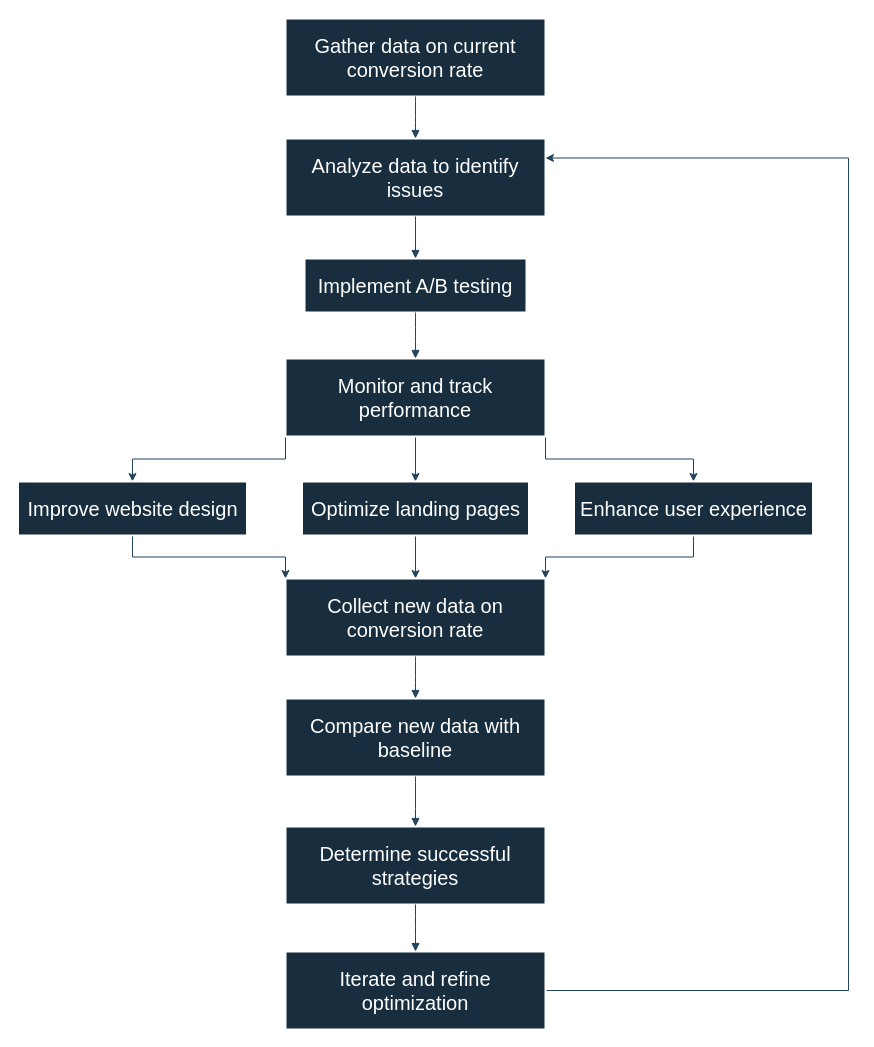
Earlier version of the draw.io diagram Untitled Diagram.drawio (IZeMgg/wincro). Source tidied: cells renumbered, new cells numbered last; positions are measured from the earlier drawing's top-left corner, leaving out a move shared by most shapes. Both pictures are drawn from the tidied source at 100%, with x=0, y=0 at pixel (18, 18).
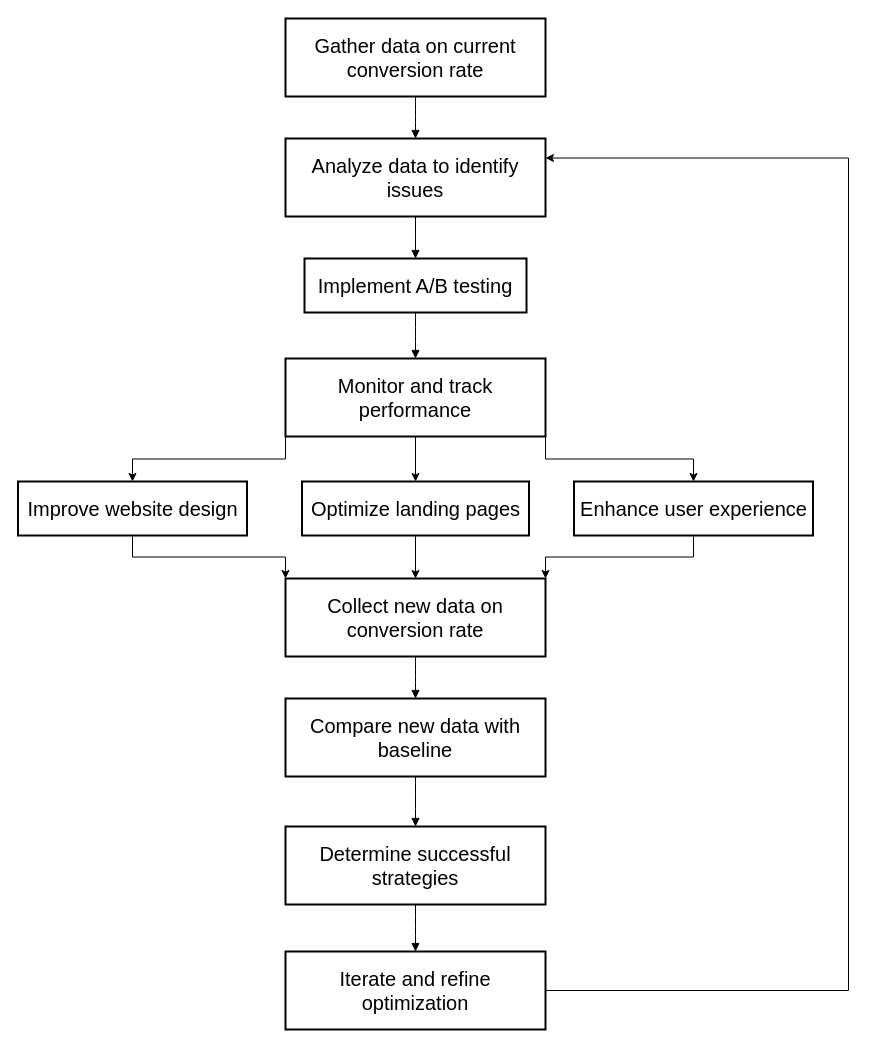
Above is the later version.

What changed in the source:
```diff
@@
-    <mxCell id="2" value="Gather data on current conversion rate" style="whiteSpace=wrap;strokeWidth=2;labelBackgroundColor=none;fontSize=20;fillColor=#182E3E;strokeColor=#FFFFFF;fontColor=#FFFFFF;" parent="1" vertex="1">
+    <mxCell id="2" value="Gather data on current conversion rate" style="whiteSpace=wrap;strokeWidth=2;labelBackgroundColor=none;fontSize=20;" parent="1" vertex="1">
       <mxGeometry x="267" width="260" height="78" as="geometry" />
     </mxCell>
-    <mxCell id="3" value="Analyze data to identify issues" style="whiteSpace=wrap;strokeWidth=2;labelBackgroundColor=none;fontSize=20;fillColor=#182E3E;strokeColor=#FFFFFF;fontColor=#FFFFFF;" parent="1" vertex="1">
+    <mxCell id="3" value="Analyze data to identify issues" style="whiteSpace=wrap;strokeWidth=2;labelBackgroundColor=none;fontSize=20;" parent="1" vertex="1">
       <mxGeometry x="267" y="120" width="260" height="78" as="geometry" />
     </mxCell>
-    <mxCell id="4" value="Implement A/B testing" style="whiteSpace=wrap;strokeWidth=2;labelBackgroundColor=none;fontSize=20;fillColor=#182E3E;strokeColor=#FFFFFF;fontColor=#FFFFFF;" parent="1" vertex="1">
+    <mxCell id="4" value="Implement A/B testing" style="whiteSpace=wrap;strokeWidth=2;labelBackgroundColor=none;fontSize=20;" parent="1" vertex="1">
       <mxGeometry x="286" y="240" width="222" height="54" as="geometry" />
     </mxCell>
-    <mxCell id="5" style="edgeStyle=orthogonalEdgeStyle;rounded=0;jettySize=auto;html=1;exitX=0.5;exitY=1;exitDx=0;exitDy=0;entryX=0.5;entryY=0;entryDx=0;entryDy=0;labelBackgroundColor=none;strokeColor=#23445D;fontColor=default;" parent="1" edge="1" source="8" target="12">
+    <mxCell id="5" style="edgeStyle=orthogonalEdgeStyle;rounded=0;jettySize=auto;html=1;exitX=0.5;exitY=1;exitDx=0;exitDy=0;entryX=0.5;entryY=0;entryDx=0;entryDy=0;" parent="1" edge="1" source="8" target="12">
       <mxGeometry relative="1" as="geometry" />
     </mxCell>
-    <mxCell id="6" style="edgeStyle=orthogonalEdgeStyle;rounded=0;jettySize=auto;html=1;exitX=0;exitY=1;exitDx=0;exitDy=0;entryX=0.5;entryY=0;entryDx=0;entryDy=0;labelBackgroundColor=none;strokeColor=#23445D;fontColor=default;" parent="1" edge="1" source="8" target="10">
+    <mxCell id="6" style="edgeStyle=orthogonalEdgeStyle;rounded=0;jettySize=auto;html=1;exitX=0;exitY=1;exitDx=0;exitDy=0;entryX=0.5;entryY=0;entryDx=0;entryDy=0;" parent="1" edge="1" source="8" target="10">
       <mxGeometry relative="1" as="geometry" />
     </mxCell>
-    <mxCell id="7" style="edgeStyle=orthogonalEdgeStyle;rounded=0;jettySize=auto;html=1;exitX=1;exitY=1;exitDx=0;exitDy=0;entryX=0.5;entryY=0;entryDx=0;entryDy=0;labelBackgroundColor=none;strokeColor=#23445D;fontColor=default;" parent="1" edge="1" source="8" target="14">
+    <mxCell id="7" style="edgeStyle=orthogonalEdgeStyle;rounded=0;jettySize=auto;html=1;exitX=1;exitY=1;exitDx=0;exitDy=0;entryX=0.5;entryY=0;entryDx=0;entryDy=0;" parent="1" edge="1" source="8" target="14">
       <mxGeometry relative="1" as="geometry" />
     </mxCell>
-    <mxCell id="8" value="Monitor and track performance" style="whiteSpace=wrap;strokeWidth=2;labelBackgroundColor=none;fontSize=20;fillColor=#182E3E;strokeColor=#FFFFFF;fontColor=#FFFFFF;" parent="1" vertex="1">
+    <mxCell id="8" value="Monitor and track performance" style="whiteSpace=wrap;strokeWidth=2;labelBackgroundColor=none;fontSize=20;" parent="1" vertex="1">
       <mxGeometry x="267" y="340" width="260" height="78" as="geometry" />
     </mxCell>
-    <mxCell id="9" style="edgeStyle=orthogonalEdgeStyle;rounded=0;jettySize=auto;html=1;exitX=0.5;exitY=1;exitDx=0;exitDy=0;entryX=0;entryY=0;entryDx=0;entryDy=0;labelBackgroundColor=none;strokeColor=#23445D;fontColor=default;" parent="1" edge="1" source="10" target="15">
+    <mxCell id="9" style="edgeStyle=orthogonalEdgeStyle;rounded=0;jettySize=auto;html=1;exitX=0.5;exitY=1;exitDx=0;exitDy=0;entryX=0;entryY=0;entryDx=0;entryDy=0;" parent="1" edge="1" source="10" target="15">
       <mxGeometry relative="1" as="geometry" />
     </mxCell>
-    <mxCell id="10" value="Improve website design" style="whiteSpace=wrap;strokeWidth=2;labelBackgroundColor=none;fontSize=20;fillColor=#182E3E;strokeColor=#FFFFFF;fontColor=#FFFFFF;" parent="1" vertex="1">
+    <mxCell id="10" value="Improve website design" style="whiteSpace=wrap;strokeWidth=2;labelBackgroundColor=none;fontSize=20;" parent="1" vertex="1">
       <mxGeometry x="-0.5" y="463" width="229" height="54" as="geometry" />
     </mxCell>
-    <mxCell id="11" style="edgeStyle=orthogonalEdgeStyle;rounded=0;jettySize=auto;html=1;exitX=0.5;exitY=1;exitDx=0;exitDy=0;entryX=0.5;entryY=0;entryDx=0;entryDy=0;labelBackgroundColor=none;strokeColor=#23445D;fontColor=default;" parent="1" edge="1" source="12" target="15">
+    <mxCell id="11" style="edgeStyle=orthogonalEdgeStyle;rounded=0;jettySize=auto;html=1;exitX=0.5;exitY=1;exitDx=0;exitDy=0;entryX=0.5;entryY=0;entryDx=0;entryDy=0;" parent="1" edge="1" source="12" target="15">
       <mxGeometry relative="1" as="geometry" />
     </mxCell>
-    <mxCell id="12" value="Optimize landing pages" style="whiteSpace=wrap;strokeWidth=2;labelBackgroundColor=none;fontSize=20;fillColor=#182E3E;strokeColor=#FFFFFF;fontColor=#FFFFFF;" parent="1" vertex="1">
+    <mxCell id="12" value="Optimize landing pages" style="whiteSpace=wrap;strokeWidth=2;labelBackgroundColor=none;fontSize=20;" parent="1" vertex="1">
       <mxGeometry x="283.5" y="463" width="227" height="54" as="geometry" />
     </mxCell>
-    <mxCell id="13" style="edgeStyle=orthogonalEdgeStyle;rounded=0;jettySize=auto;html=1;exitX=0.5;exitY=1;exitDx=0;exitDy=0;entryX=1;entryY=0;entryDx=0;entryDy=0;labelBackgroundColor=none;strokeColor=#23445D;fontColor=default;" parent="1" edge="1" source="14" target="15">
+    <mxCell id="13" style="edgeStyle=orthogonalEdgeStyle;rounded=0;jettySize=auto;html=1;exitX=0.5;exitY=1;exitDx=0;exitDy=0;entryX=1;entryY=0;entryDx=0;entryDy=0;" parent="1" edge="1" source="14" target="15">
       <mxGeometry relative="1" as="geometry" />
     </mxCell>
-    <mxCell id="14" value="Enhance user experience" style="whiteSpace=wrap;strokeWidth=2;labelBackgroundColor=none;fontSize=20;fillColor=#182E3E;strokeColor=#FFFFFF;fontColor=#FFFFFF;" parent="1" vertex="1">
+    <mxCell id="14" value="Enhance user experience" style="whiteSpace=wrap;strokeWidth=2;labelBackgroundColor=none;fontSize=20;" parent="1" vertex="1">
       <mxGeometry x="555.5" y="463" width="239" height="54" as="geometry" />
     </mxCell>
-    <mxCell id="15" value="Collect new data on conversion rate" style="whiteSpace=wrap;strokeWidth=2;labelBackgroundColor=none;fontSize=20;fillColor=#182E3E;strokeColor=#FFFFFF;fontColor=#FFFFFF;" parent="1" vertex="1">
+    <mxCell id="15" value="Collect new data on conversion rate" style="whiteSpace=wrap;strokeWidth=2;labelBackgroundColor=none;fontSize=20;" parent="1" vertex="1">
       <mxGeometry x="267" y="560" width="260" height="78" as="geometry" />
     </mxCell>
-    <mxCell id="16" value="Compare new data with baseline" style="whiteSpace=wrap;strokeWidth=2;labelBackgroundColor=none;fontSize=20;fillColor=#182E3E;strokeColor=#FFFFFF;fontColor=#FFFFFF;" parent="1" vertex="1">
+    <mxCell id="16" value="Compare new data with baseline" style="whiteSpace=wrap;strokeWidth=2;labelBackgroundColor=none;fontSize=20;" parent="1" vertex="1">
       <mxGeometry x="267" y="680" width="260" height="78" as="geometry" />
     </mxCell>
-    <mxCell id="17" value="Determine successful strategies" style="whiteSpace=wrap;strokeWidth=2;labelBackgroundColor=none;fontSize=20;fillColor=#182E3E;strokeColor=#FFFFFF;fontColor=#FFFFFF;" parent="1" vertex="1">
+    <mxCell id="17" value="Determine successful strategies" style="whiteSpace=wrap;strokeWidth=2;labelBackgroundColor=none;fontSize=20;" parent="1" vertex="1">
       <mxGeometry x="267" y="808" width="260" height="78" as="geometry" />
     </mxCell>
-    <mxCell id="18" style="edgeStyle=orthogonalEdgeStyle;rounded=0;jettySize=auto;html=1;exitX=1;exitY=0.5;exitDx=0;exitDy=0;entryX=1;entryY=0.25;entryDx=0;entryDy=0;labelBackgroundColor=none;strokeColor=#23445D;fontColor=default;" parent="1" edge="1" source="19" target="3">
+    <mxCell id="18" style="edgeStyle=orthogonalEdgeStyle;rounded=0;jettySize=auto;html=1;exitX=1;exitY=0.5;exitDx=0;exitDy=0;entryX=1;entryY=0.25;entryDx=0;entryDy=0;" parent="1" edge="1" source="19" target="3">
       <mxGeometry relative="1" as="geometry">
         <Array as="points">
           <mxPoint x="830" y="972" />
           <mxPoint x="830" y="140" />
         </Array>
       </mxGeometry>
     </mxCell>
-    <mxCell id="19" value="Iterate and refine optimization" style="whiteSpace=wrap;strokeWidth=2;labelBackgroundColor=none;fontSize=20;fillColor=#182E3E;strokeColor=#FFFFFF;fontColor=#FFFFFF;" parent="1" vertex="1">
+    <mxCell id="19" value="Iterate and refine optimization" style="whiteSpace=wrap;strokeWidth=2;labelBackgroundColor=none;fontSize=20;" parent="1" vertex="1">
       <mxGeometry x="267" y="933" width="260" height="78" as="geometry" />
     </mxCell>
-    <mxCell id="20" style="curved=1;startArrow=none;endArrow=block;exitX=0.5;exitY=1;entryX=0.5;entryY=0;labelBackgroundColor=none;fontColor=default;fontSize=20;strokeColor=#23445D;" parent="1" edge="1" source="2" target="3">
+    <mxCell id="20" style="curved=1;startArrow=none;endArrow=block;exitX=0.5;exitY=1;entryX=0.5;entryY=0;labelBackgroundColor=none;fontColor=default;fontSize=20;" parent="1" edge="1" source="2" target="3">
       <mxGeometry relative="1" as="geometry" />
     </mxCell>
-    <mxCell id="21" style="curved=1;startArrow=none;endArrow=block;exitX=0.5;exitY=1;entryX=0.5;entryY=0;labelBackgroundColor=none;fontColor=default;exitDx=0;exitDy=0;fontSize=20;strokeColor=#23445D;" parent="1" edge="1" source="3" target="4">
+    <mxCell id="21" style="curved=1;startArrow=none;endArrow=block;exitX=0.5;exitY=1;entryX=0.5;entryY=0;labelBackgroundColor=none;fontColor=default;exitDx=0;exitDy=0;fontSize=20;" parent="1" edge="1" source="3" target="4">
       <mxGeometry relative="1" as="geometry">
         <Array as="points">
           <mxPoint x="397" y="204" />
         </Array>
       </mxGeometry>
     </mxCell>
-    <mxCell id="22" style="curved=1;startArrow=none;endArrow=block;exitX=0.5;exitY=1;entryX=0.5;entryY=0;labelBackgroundColor=none;fontColor=default;fontSize=20;strokeColor=#23445D;" parent="1" edge="1" source="4" target="8">
+    <mxCell id="22" style="curved=1;startArrow=none;endArrow=block;exitX=0.5;exitY=1;entryX=0.5;entryY=0;labelBackgroundColor=none;fontColor=default;fontSize=20;" parent="1" edge="1" source="4" target="8">
       <mxGeometry relative="1" as="geometry" />
     </mxCell>
-    <mxCell id="23" style="curved=1;startArrow=none;endArrow=block;exitX=0.5;exitY=1;entryX=0.5;entryY=0;labelBackgroundColor=none;fontColor=default;fontSize=20;strokeColor=#23445D;" parent="1" edge="1" source="15" target="16">
+    <mxCell id="23" style="curved=1;startArrow=none;endArrow=block;exitX=0.5;exitY=1;entryX=0.5;entryY=0;labelBackgroundColor=none;fontColor=default;fontSize=20;" parent="1" edge="1" source="15" target="16">
       <mxGeometry relative="1" as="geometry" />
     </mxCell>
-    <mxCell id="24" style="curved=1;startArrow=none;endArrow=block;exitX=0.5;exitY=1;entryX=0.5;entryY=0;labelBackgroundColor=none;fontColor=default;fontSize=20;strokeColor=#23445D;" parent="1" edge="1" source="16" target="17">
+    <mxCell id="24" style="curved=1;startArrow=none;endArrow=block;exitX=0.5;exitY=1;entryX=0.5;entryY=0;labelBackgroundColor=none;fontColor=default;fontSize=20;" parent="1" edge="1" source="16" target="17">
       <mxGeometry relative="1" as="geometry" />
     </mxCell>
-    <mxCell id="25" style="curved=1;startArrow=none;endArrow=block;exitX=0.5;exitY=1;entryX=0.5;entryY=0;labelBackgroundColor=none;fontColor=default;entryDx=0;entryDy=0;fontSize=20;strokeColor=#23445D;" parent="1" edge="1" source="17" target="19">
+    <mxCell id="25" style="curved=1;startArrow=none;endArrow=block;exitX=0.5;exitY=1;entryX=0.5;entryY=0;labelBackgroundColor=none;fontColor=default;entryDx=0;entryDy=0;fontSize=20;" parent="1" edge="1" source="17" target="19">
       <mxGeometry relative="1" as="geometry">
         <Array as="points">
           <mxPoint x="397" y="911" />
         </Array>
       </mxGeometry>
     </mxCell>
```
